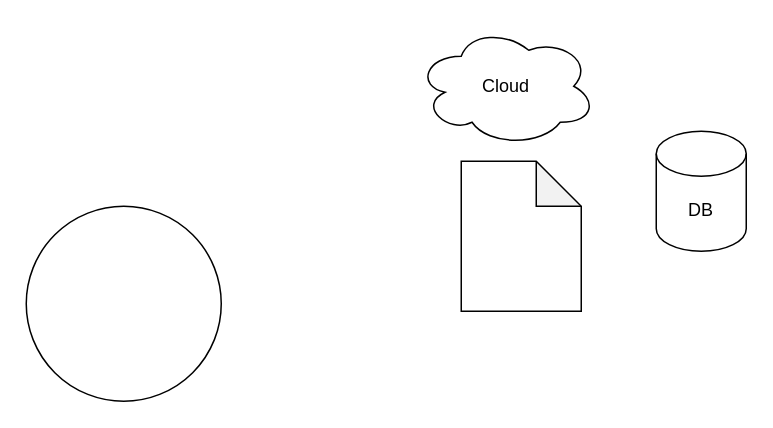
The draw.io diagram Software-architecture-elements.drawio in rajeshpillai/drawio-diagrams, before the edit. Source tidied: cells renumbered, new cells numbered last; positions are measured from the earlier drawing's top-left corner, leaving out a move shared by most shapes. Both pictures are drawn from the tidied source at 150%, with x=0, y=0 at pixel (26, 26).
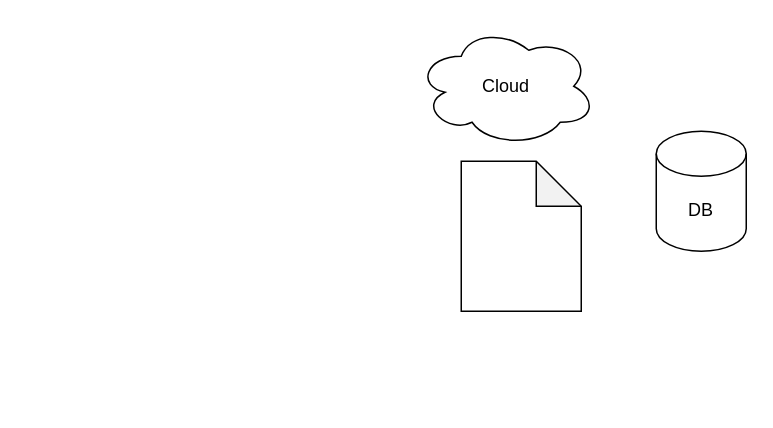
After the change.

What changed in the source:
```diff
@@
 <mxGraphModel>
   <root>
     <mxCell id="0" />
     <mxCell id="1" parent="0" />
     <mxCell id="2" value="Cloud" style="ellipse;shape=cloud;whiteSpace=wrap;html=1;" parent="1" vertex="1">
       <mxGeometry x="260" width="120" height="80" as="geometry" />
     </mxCell>
     <mxCell id="3" value="DB" style="shape=cylinder3;whiteSpace=wrap;html=1;boundedLbl=1;backgroundOutline=1;size=15;" parent="1" vertex="1">
       <mxGeometry x="420" y="70" width="60" height="80" as="geometry" />
     </mxCell>
     <mxCell id="4" style="shape=note;whiteSpace=wrap;html=1;backgroundOutline=1;darkOpacity=0.05;" parent="1" vertex="1">
       <mxGeometry x="290" y="90" width="80" height="100" as="geometry" />
     </mxCell>
-    <mxCell id="5" style="ellipse;whiteSpace=wrap;html=1;" parent="1" vertex="1">
-      <mxGeometry y="120" width="130" height="130" as="geometry" />
-    </mxCell>
   </root>
 </mxGraphModel>
```
